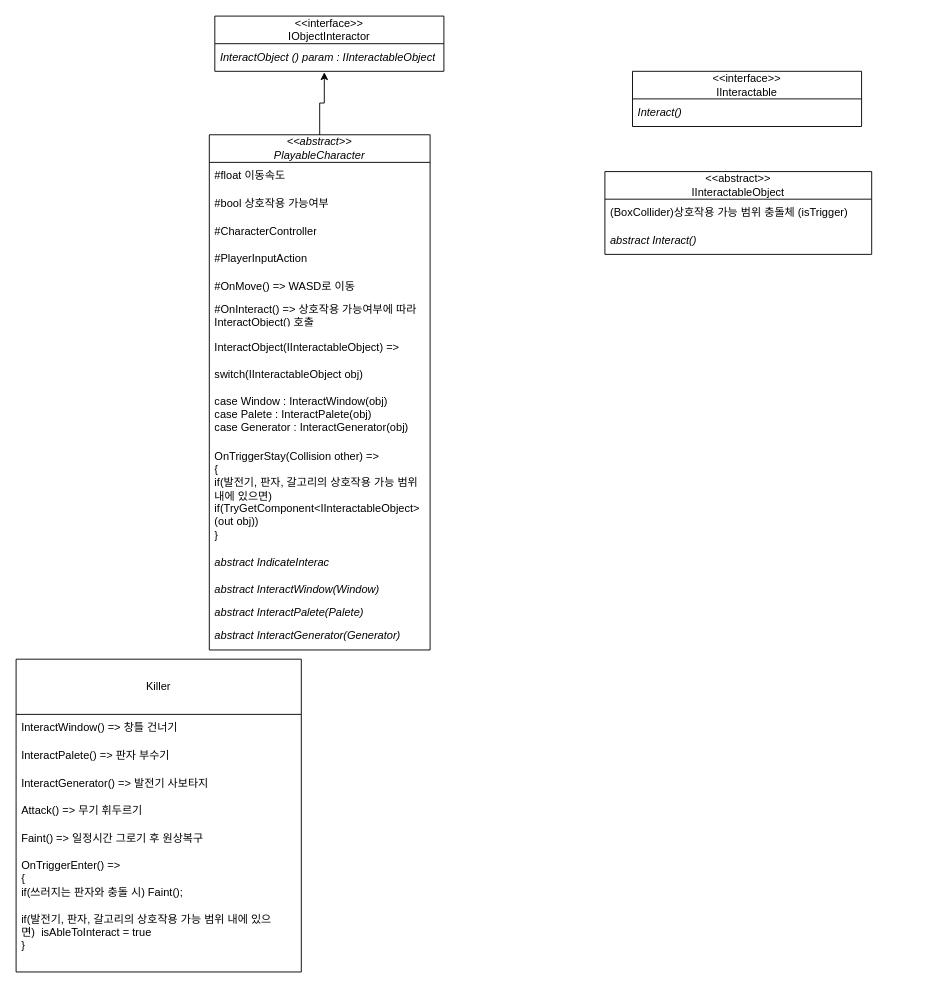
FavorKim/ProjectD keeps this draw.io diagram as ProjectD_Classes.drawio. Above is the earlier version. Source tidied: cells renumbered, new cells numbered last; positions are measured from the earlier drawing's top-left corner, leaving out a move shared by most shapes. Both pictures are drawn from the tidied source at 92%, with x=0, y=0 at pixel (16, 16).
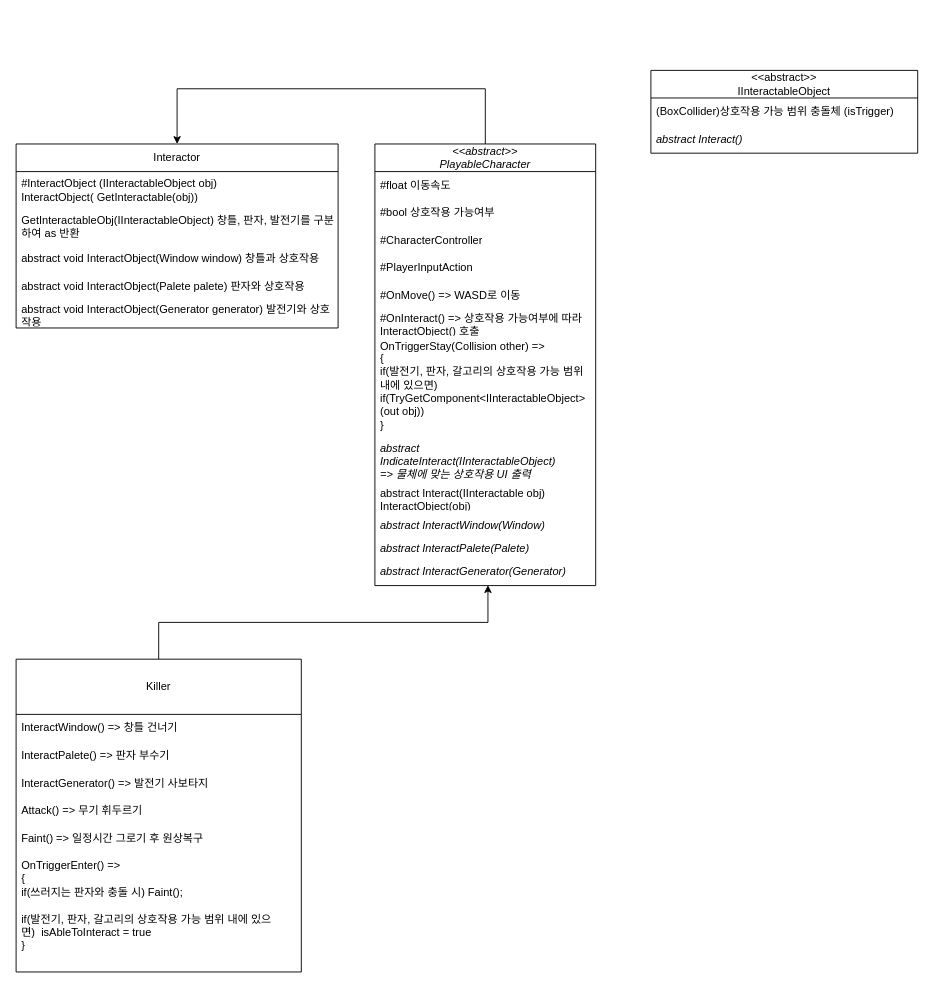
The same diagram, later.

The change refers to these unchanged cells:
```xml
<mxCell id="18" value="Killer" style="swimlane;fontStyle=0;horizontal=1;startSize=60;whiteSpace=wrap;html=1;swimlaneLine=1;" parent="1" vertex="1">
  <mxGeometry y="699" width="310" height="340" as="geometry" />
</mxCell>
```

What changed in the source:
```diff
@@
+    <mxCell id="30" style="edgeStyle=orthogonalEdgeStyle;rounded=0;jettySize=auto;html=1;exitX=0.5;exitY=0;exitDx=0;exitDy=0;entryX=0.5;entryY=0;entryDx=0;entryDy=0;" parent="1" edge="1" source="2" target="33">
+      <mxGeometry relative="1" as="geometry">
+        <Array as="points">
+          <mxPoint x="510" y="79" />
+          <mxPoint x="175" y="79" />
+        </Array>
+      </mxGeometry>
+    </mxCell>
     <mxCell id="2" value="&lt;i&gt;&amp;lt;&amp;lt;abstract&amp;gt;&amp;gt;&lt;/i&gt;&lt;div&gt;&lt;i&gt;PlayableCharacter&lt;/i&gt;&lt;/div&gt;" style="swimlane;fontStyle=0;horizontal=1;startSize=30;whiteSpace=wrap;html=1;" parent="1" vertex="1">
-      <mxGeometry x="210" y="129" width="240" height="560" as="geometry" />
+      <mxGeometry x="390" y="139" width="240" height="480" as="geometry" />
     </mxCell>
@@
-    <mxCell id="9" value="&lt;span style=&quot;font-style: normal;&quot;&gt;InteractObject(IInteractableObject) =&amp;gt;&lt;/span&gt;&lt;div&gt;&lt;span style=&quot;font-style: normal;&quot;&gt;&lt;br&gt;&lt;/span&gt;&lt;div&gt;&lt;span style=&quot;font-style: normal;&quot;&gt;switch(IInteractableObject obj)&lt;/span&gt;&lt;/div&gt;&lt;div&gt;&lt;span style=&quot;font-style: normal;&quot;&gt;&lt;br&gt;&lt;/span&gt;&lt;/div&gt;&lt;div&gt;&lt;span style=&quot;font-style: normal;&quot;&gt;case Window : InteractWindow(obj)&lt;/span&gt;&lt;/div&gt;&lt;div&gt;&lt;span style=&quot;font-style: normal;&quot;&gt;case Palete : InteractPalete(obj)&lt;/span&gt;&lt;/div&gt;&lt;div&gt;&lt;span style=&quot;font-style: normal;&quot;&gt;case Generator : InteractGenerator(obj)&lt;/span&gt;&lt;/div&gt;&lt;/div&gt;" style="text;strokeColor=none;fillColor=none;align=left;verticalAlign=middle;spacingLeft=4;spacingRight=4;overflow=hidden;whiteSpace=wrap;html=1;fontStyle=2;" parent="2" vertex="1">
-      <mxGeometry y="210" width="240" height="130" as="geometry" />
-    </mxCell>
     <mxCell id="10" value="OnTriggerStay(Collision other) =&amp;gt;&amp;nbsp;&lt;div&gt;{&amp;nbsp;&lt;div&gt;if(발전기, 판자, 갈고리의 상호작용 가능 범위 내에 있으면)&amp;nbsp; if(TryGetComponent&amp;lt;IInteractableObject&amp;gt;(out obj))&amp;nbsp;&lt;/div&gt;&lt;div&gt;}&lt;/div&gt;&lt;div&gt;&lt;br&gt;&lt;/div&gt;&lt;/div&gt;" style="text;strokeColor=none;fillColor=none;align=left;verticalAlign=middle;spacingLeft=4;spacingRight=4;overflow=hidden;whiteSpace=wrap;html=1;" parent="2" vertex="1">
-      <mxGeometry y="340" width="240" height="110" as="geometry" />
+      <mxGeometry y="210" width="240" height="110" as="geometry" />
     </mxCell>
-    <mxCell id="11" value="abstract IndicateInterac" style="text;strokeColor=none;fillColor=none;align=left;verticalAlign=middle;spacingLeft=4;spacingRight=4;overflow=hidden;whiteSpace=wrap;html=1;fontStyle=2;" parent="2" vertex="1">
-      <mxGeometry y="450" width="240" height="30" as="geometry" />
+    <mxCell id="11" value="abstract IndicateInteract(IInteractableObject)&lt;div&gt;=&amp;gt; 물체에 맞는 상호작용 UI 출력&lt;/div&gt;" style="text;strokeColor=none;fillColor=none;align=left;verticalAlign=middle;spacingLeft=4;spacingRight=4;overflow=hidden;whiteSpace=wrap;html=1;fontStyle=2;" parent="2" vertex="1">
+      <mxGeometry y="320" width="240" height="50" as="geometry" />
     </mxCell>
-    <mxCell id="12" value="abstract InteractWindow(Window)" style="text;strokeColor=none;fillColor=none;align=left;verticalAlign=middle;spacingLeft=4;spacingRight=4;overflow=hidden;whiteSpace=wrap;html=1;fontStyle=2;" parent="2" vertex="1">
-      <mxGeometry y="480" width="240" height="30" as="geometry" />
+    <mxCell id="12" value="&lt;span style=&quot;font-style: normal;&quot;&gt;abstract Interact(IInteractable obj)&amp;nbsp;&lt;/span&gt;&lt;div&gt;&lt;span style=&quot;font-style: normal;&quot;&gt;InteractObject(obj)&lt;/span&gt;&lt;/div&gt;" style="text;strokeColor=none;fillColor=none;align=left;verticalAlign=middle;spacingLeft=4;spacingRight=4;overflow=hidden;whiteSpace=wrap;html=1;fontStyle=2;" parent="2" vertex="1">
+      <mxGeometry y="370" width="240" height="30" as="geometry" />
     </mxCell>
+    <mxCell id="31" value="abstract InteractWindow(Window)" style="text;strokeColor=none;fillColor=none;align=left;verticalAlign=middle;spacingLeft=4;spacingRight=4;overflow=hidden;whiteSpace=wrap;html=1;fontStyle=2;" parent="2" vertex="1">
+      <mxGeometry y="400" width="240" height="30" as="geometry" />
+    </mxCell>
     <mxCell id="13" value="abstract InteractPalete(Palete)" style="text;strokeColor=none;fillColor=none;align=left;verticalAlign=middle;spacingLeft=4;spacingRight=4;overflow=hidden;whiteSpace=wrap;html=1;fontStyle=2;" parent="2" vertex="1">
-      <mxGeometry y="510" width="240" height="20" as="geometry" />
+      <mxGeometry y="430" width="240" height="20" as="geometry" />
     </mxCell>
     <mxCell id="14" value="abstract InteractGenerator(Generator)" style="text;strokeColor=none;fillColor=none;align=left;verticalAlign=middle;spacingLeft=4;spacingRight=4;overflow=hidden;points=[[0,0.5],[1,0.5]];portConstraint=eastwest;whiteSpace=wrap;html=1;fontStyle=2;" parent="2" vertex="1">
-      <mxGeometry y="530" width="240" height="30" as="geometry" />
+      <mxGeometry y="450" width="240" height="30" as="geometry" />
     </mxCell>
-    <mxCell id="15" value="&amp;lt;&amp;lt;interface&amp;gt;&amp;gt;&lt;div&gt;IObjectInteractor&lt;/div&gt;" style="swimlane;fontStyle=0;horizontal=1;startSize=30;whiteSpace=wrap;html=1;" parent="1" vertex="1">
-      <mxGeometry x="216" width="249" height="60" as="geometry" />
-    </mxCell>
-    <mxCell id="16" value="&lt;i&gt;InteractObject () param :&amp;nbsp;&lt;/i&gt;&lt;i&gt;IInteractableObject&lt;/i&gt;" style="text;strokeColor=none;fillColor=none;align=left;verticalAlign=middle;spacingLeft=4;spacingRight=4;overflow=hidden;points=[[0,0.5],[1,0.5]];portConstraint=eastwest;whiteSpace=wrap;html=1;" parent="15" vertex="1">
-      <mxGeometry y="30" width="249" height="30" as="geometry" />
-    </mxCell>
-    <mxCell id="17" style="edgeStyle=orthogonalEdgeStyle;rounded=0;jettySize=auto;html=1;exitX=0.5;exitY=0;exitDx=0;exitDy=0;entryX=0.478;entryY=1.033;entryDx=0;entryDy=0;entryPerimeter=0;" parent="1" edge="1" source="2" target="16">
-      <mxGeometry relative="1" as="geometry" />
-    </mxCell>
+    <mxCell id="32" style="edgeStyle=orthogonalEdgeStyle;rounded=0;jettySize=auto;html=1;exitX=0.5;exitY=0;exitDx=0;exitDy=0;entryX=0.512;entryY=0.983;entryDx=0;entryDy=0;entryPerimeter=0;" parent="1" edge="1" source="18" target="14">
+      <mxGeometry relative="1" as="geometry" />
+    </mxCell>
@@
-    <mxCell id="25" value="&amp;lt;&amp;lt;interface&amp;gt;&amp;gt;&lt;div&gt;IInteractable&lt;/div&gt;" style="swimlane;fontStyle=0;horizontal=1;startSize=30;whiteSpace=wrap;html=1;" parent="1" vertex="1">
-      <mxGeometry x="670" y="60" width="249" height="60" as="geometry" />
-    </mxCell>
-    <mxCell id="26" value="&lt;i&gt;Interact()&lt;/i&gt;" style="text;strokeColor=none;fillColor=none;align=left;verticalAlign=middle;spacingLeft=4;spacingRight=4;overflow=hidden;whiteSpace=wrap;html=1;" parent="25" vertex="1">
-      <mxGeometry y="30" width="249" height="30" as="geometry" />
-    </mxCell>
     <mxCell id="27" value="&amp;lt;&amp;lt;abstract&amp;gt;&amp;gt;&lt;div&gt;IInteractableObject&lt;/div&gt;" style="swimlane;fontStyle=0;horizontal=1;startSize=30;whiteSpace=wrap;html=1;" parent="1" vertex="1">
-      <mxGeometry x="640" y="169" width="290" height="90" as="geometry" />
+      <mxGeometry x="690" y="59" width="290" height="90" as="geometry" />
     </mxCell>
@@
+    <mxCell id="33" value="Interactor" style="swimlane;fontStyle=0;horizontal=1;startSize=30;whiteSpace=wrap;html=1;" parent="1" vertex="1">
+      <mxGeometry y="139" width="350" height="200" as="geometry" />
+    </mxCell>
+    <mxCell id="34" value="#InteractObject (IInteractableObject obj)&amp;nbsp;&lt;div&gt;InteractObject( GetInteractable(obj))&lt;/div&gt;" style="text;strokeColor=none;fillColor=none;align=left;verticalAlign=middle;spacingLeft=4;spacingRight=4;overflow=hidden;whiteSpace=wrap;html=1;" parent="33" vertex="1">
+      <mxGeometry y="30" width="350" height="40" as="geometry" />
+    </mxCell>
+    <mxCell id="35" value="GetInteractableObj(IInteractableObject) 창틀, 판자, 발전기를 구분하여 as 반환" style="text;strokeColor=none;fillColor=none;align=left;verticalAlign=middle;spacingLeft=4;spacingRight=4;overflow=hidden;whiteSpace=wrap;html=1;" parent="33" vertex="1">
+      <mxGeometry y="70" width="350" height="40" as="geometry" />
+    </mxCell>
+    <mxCell id="36" value="abstract void InteractObject(Window window) 창틀과 상호작용" style="text;strokeColor=none;fillColor=none;align=left;verticalAlign=middle;spacingLeft=4;spacingRight=4;overflow=hidden;whiteSpace=wrap;html=1;" parent="33" vertex="1">
+      <mxGeometry y="110" width="350" height="30" as="geometry" />
+    </mxCell>
+    <mxCell id="37" value="abstract void InteractObject(Palete palete) 판자와 상호작용" style="text;strokeColor=none;fillColor=none;align=left;verticalAlign=middle;spacingLeft=4;spacingRight=4;overflow=hidden;whiteSpace=wrap;html=1;" parent="33" vertex="1">
+      <mxGeometry y="140" width="350" height="30" as="geometry" />
+    </mxCell>
+    <mxCell id="38" value="abstract void InteractObject(Generator generator) 발전기와 상호작용" style="text;strokeColor=none;fillColor=none;align=left;verticalAlign=middle;spacingLeft=4;spacingRight=4;overflow=hidden;whiteSpace=wrap;html=1;" parent="33" vertex="1">
+      <mxGeometry y="170" width="350" height="30" as="geometry" />
+    </mxCell>
```
